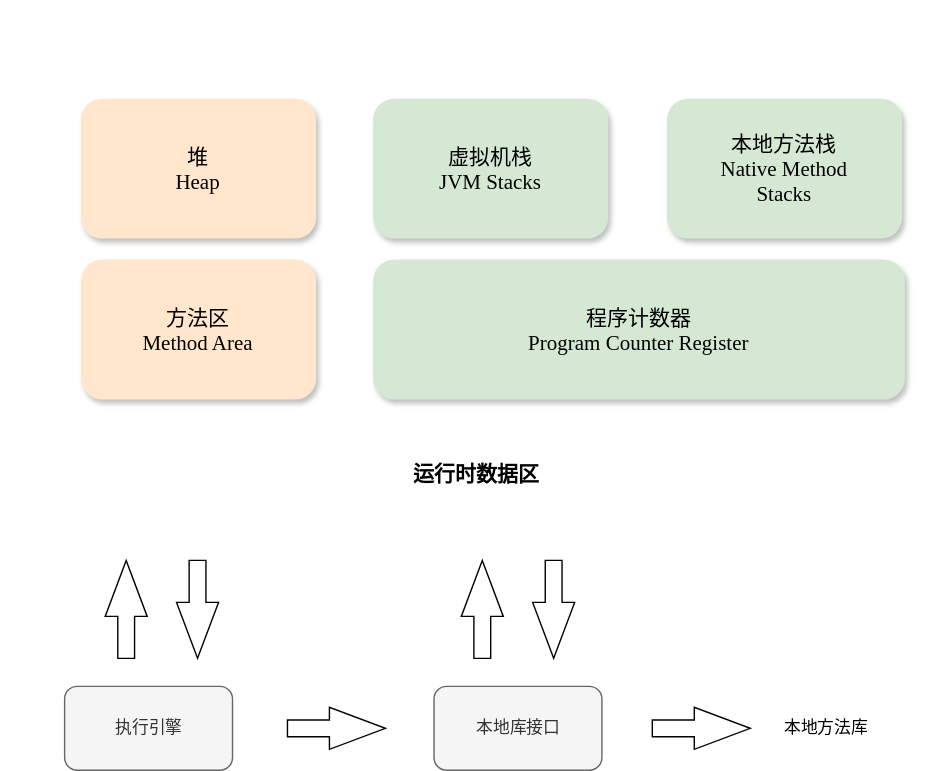
Earlier version of the draw.io export assets/drawio/运行时数据区.svg (zhanjixun/zhanjixun.github.io). Source tidied: cells renumbered, new cells last; positions are measured from the earlier drawing's top-left corner, leaving out a move shared by most shapes. The source it was exported from:
```xml
<mxGraphModel>
  <root>
    <mxCell id="0" />
    <mxCell id="1" parent="0" />
    <mxCell id="2" style="rounded=0;whiteSpace=wrap;html=1;strokeColor=none;" parent="1" vertex="1">
      <mxGeometry width="680" height="380" as="geometry" />
    </mxCell>
    <mxCell id="3" value="&lt;div&gt;&lt;span style=&quot;background-color: transparent; color: light-dark(rgb(0, 0, 0), rgb(255, 255, 255));&quot;&gt;方法区&lt;/span&gt;&lt;/div&gt;&lt;div&gt;Method Area&lt;/div&gt;" style="rounded=1;whiteSpace=wrap;html=1;fillColor=#ffe6cc;strokeColor=none;fontFamily=Lucida Console;fontSize=15;verticalAlign=middle;shadow=1;align=center;" parent="1" vertex="1">
      <mxGeometry x="57.2" y="185" width="168" height="100" as="geometry" />
    </mxCell>
    <mxCell id="4" value="堆&lt;div&gt;Heap&lt;/div&gt;" style="rounded=1;whiteSpace=wrap;html=1;fillColor=#ffe6cc;strokeColor=none;fontFamily=Lucida Console;fontSize=15;shadow=1;align=center;verticalAlign=middle;" parent="1" vertex="1">
      <mxGeometry x="57.2" y="70" width="168" height="100" as="geometry" />
    </mxCell>
    <mxCell id="5" value="虚拟机栈&lt;div&gt;JVM Stacks&lt;/div&gt;" style="rounded=1;whiteSpace=wrap;html=1;fillColor=#d5e8d4;strokeColor=none;fontFamily=Lucida Console;fontSize=15;shadow=1;align=center;verticalAlign=middle;" parent="1" vertex="1">
      <mxGeometry x="266" y="70" width="168" height="100" as="geometry" />
    </mxCell>
    <mxCell id="6" value="本地方法栈&lt;div&gt;Native Method&lt;/div&gt;&lt;div&gt;Stacks&lt;/div&gt;" style="rounded=1;whiteSpace=wrap;html=1;fillColor=#d5e8d4;strokeColor=none;fontFamily=Lucida Console;fontSize=15;shadow=1;align=center;verticalAlign=middle;" parent="1" vertex="1">
      <mxGeometry x="476" y="70" width="168" height="100" as="geometry" />
    </mxCell>
    <mxCell id="7" value="程序计数器&lt;div&gt;Program Counter Register&lt;/div&gt;" style="rounded=1;whiteSpace=wrap;html=1;fillColor=#d5e8d4;strokeColor=none;fontFamily=Lucida Console;fontSize=15;shadow=1;align=center;verticalAlign=middle;" parent="1" vertex="1">
      <mxGeometry x="266" y="185" width="380" height="100" as="geometry" />
    </mxCell>
    <mxCell id="8" value="运行时数据区" style="text;html=1;whiteSpace=wrap;strokeColor=none;fillColor=none;align=center;verticalAlign=middle;rounded=0;fontFamily=Lucida Console;fontSize=15;fontStyle=1;" parent="1" vertex="1">
      <mxGeometry x="45" y="310" width="590" height="55" as="geometry" />
    </mxCell>
    <mxCell id="9" value="执行引擎" style="rounded=1;whiteSpace=wrap;html=1;fillColor=#f5f5f5;fontColor=#333333;strokeColor=#666666;" parent="1" vertex="1">
      <mxGeometry x="45.5" y="490" width="120" height="60" as="geometry" />
    </mxCell>
    <mxCell id="10" value="本地库接口" style="rounded=1;whiteSpace=wrap;html=1;fillColor=#f5f5f5;fontColor=#333333;strokeColor=#666666;" parent="1" vertex="1">
      <mxGeometry x="309.5" y="490" width="120" height="60" as="geometry" />
    </mxCell>
    <mxCell id="11" value="本地方法库" style="text;html=1;whiteSpace=wrap;strokeColor=none;fillColor=none;align=center;verticalAlign=middle;rounded=0;" parent="1" vertex="1">
      <mxGeometry x="544.5" y="505" width="90" height="30" as="geometry" />
    </mxCell>
    <mxCell id="12" style="html=1;shadow=0;dashed=0;align=center;verticalAlign=middle;shape=mxgraph.arrows2.arrow;dy=0.6;dx=40;direction=north;notch=0;" parent="1" vertex="1">
      <mxGeometry x="74.5" y="400" width="30" height="70" as="geometry" />
    </mxCell>
    <mxCell id="13" style="html=1;shadow=0;dashed=0;align=center;verticalAlign=middle;shape=mxgraph.arrows2.arrow;dy=0.6;dx=40;direction=north;notch=0;rotation=-180;" parent="1" vertex="1">
      <mxGeometry x="125.5" y="400" width="30" height="70" as="geometry" />
    </mxCell>
    <mxCell id="14" style="html=1;shadow=0;dashed=0;align=center;verticalAlign=middle;shape=mxgraph.arrows2.arrow;dy=0.6;dx=40;direction=north;notch=0;rotation=90;" parent="1" vertex="1">
      <mxGeometry x="224.8" y="485" width="30" height="70" as="geometry" />
    </mxCell>
    <mxCell id="15" style="html=1;shadow=0;dashed=0;align=center;verticalAlign=middle;shape=mxgraph.arrows2.arrow;dy=0.6;dx=40;direction=north;notch=0;" parent="1" vertex="1">
      <mxGeometry x="329" y="400" width="30" height="70" as="geometry" />
    </mxCell>
    <mxCell id="16" style="html=1;shadow=0;dashed=0;align=center;verticalAlign=middle;shape=mxgraph.arrows2.arrow;dy=0.6;dx=40;direction=north;notch=0;rotation=-180;" parent="1" vertex="1">
      <mxGeometry x="380" y="400" width="30" height="70" as="geometry" />
    </mxCell>
    <mxCell id="17" style="html=1;shadow=0;dashed=0;align=center;verticalAlign=middle;shape=mxgraph.arrows2.arrow;dy=0.6;dx=40;direction=north;notch=0;rotation=90;" parent="1" vertex="1">
      <mxGeometry x="485.5" y="485" width="30" height="70" as="geometry" />
    </mxCell>
  </root>
</mxGraphModel>
```
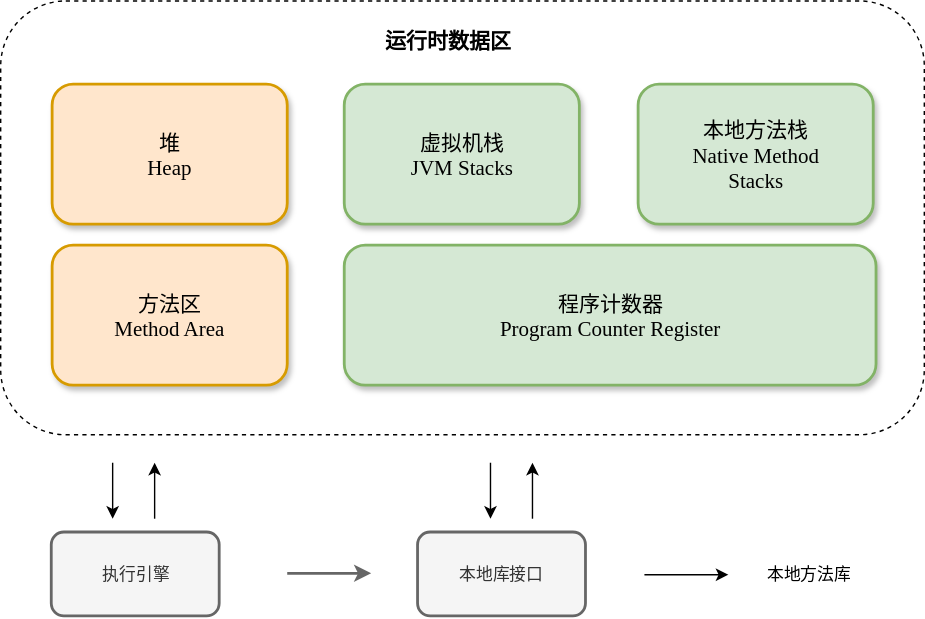
The same file after the commit.

What changed in the source:
```diff
@@ -2,53 +2,71 @@
   <root>
     <mxCell id="0" />
     <mxCell id="1" parent="0" />
-    <mxCell id="2" style="rounded=0;whiteSpace=wrap;html=1;strokeColor=none;" parent="1" vertex="1">
-      <mxGeometry width="680" height="380" as="geometry" />
-    </mxCell>
+    <mxCell id="18" style="rounded=1;whiteSpace=wrap;html=1;fillColor=none;dashed=1;" parent="1" vertex="1">
+      <mxGeometry x="20" y="10" width="660" height="310" as="geometry" />
+    </mxCell>
-    <mxCell id="3" value="&lt;div&gt;&lt;span style=&quot;background-color: transparent; color: light-dark(rgb(0, 0, 0), rgb(255, 255, 255));&quot;&gt;方法区&lt;/span&gt;&lt;/div&gt;&lt;div&gt;Method Area&lt;/div&gt;" style="rounded=1;whiteSpace=wrap;html=1;fillColor=#ffe6cc;strokeColor=none;fontFamily=Lucida Console;fontSize=15;verticalAlign=middle;shadow=1;align=center;" parent="1" vertex="1">
+    <mxCell id="3" value="&lt;div&gt;&lt;span style=&quot;background-color: transparent; color: light-dark(rgb(0, 0, 0), rgb(255, 255, 255));&quot;&gt;方法区&lt;/span&gt;&lt;/div&gt;&lt;div&gt;Method Area&lt;/div&gt;" style="rounded=1;whiteSpace=wrap;html=1;fillColor=#ffe6cc;strokeColor=#d79b00;fontFamily=Lucida Console;fontSize=15;verticalAlign=middle;shadow=1;align=center;strokeWidth=2;" parent="1" vertex="1">
       <mxGeometry x="57.2" y="185" width="168" height="100" as="geometry" />
     </mxCell>
-    <mxCell id="4" value="堆&lt;div&gt;Heap&lt;/div&gt;" style="rounded=1;whiteSpace=wrap;html=1;fillColor=#ffe6cc;strokeColor=none;fontFamily=Lucida Console;fontSize=15;shadow=1;align=center;verticalAlign=middle;" parent="1" vertex="1">
+    <mxCell id="4" value="堆&lt;div&gt;Heap&lt;/div&gt;" style="rounded=1;whiteSpace=wrap;html=1;fillColor=#ffe6cc;strokeColor=#d79b00;fontFamily=Lucida Console;fontSize=15;shadow=1;align=center;verticalAlign=middle;strokeWidth=2;" parent="1" vertex="1">
       <mxGeometry x="57.2" y="70" width="168" height="100" as="geometry" />
     </mxCell>
-    <mxCell id="5" value="虚拟机栈&lt;div&gt;JVM Stacks&lt;/div&gt;" style="rounded=1;whiteSpace=wrap;html=1;fillColor=#d5e8d4;strokeColor=none;fontFamily=Lucida Console;fontSize=15;shadow=1;align=center;verticalAlign=middle;" parent="1" vertex="1">
+    <mxCell id="5" value="虚拟机栈&lt;div&gt;JVM Stacks&lt;/div&gt;" style="rounded=1;whiteSpace=wrap;html=1;fillColor=#d5e8d4;strokeColor=#82b366;fontFamily=Lucida Console;fontSize=15;shadow=1;align=center;verticalAlign=middle;strokeWidth=2;" parent="1" vertex="1">
       <mxGeometry x="266" y="70" width="168" height="100" as="geometry" />
     </mxCell>
-    <mxCell id="6" value="本地方法栈&lt;div&gt;Native Method&lt;/div&gt;&lt;div&gt;Stacks&lt;/div&gt;" style="rounded=1;whiteSpace=wrap;html=1;fillColor=#d5e8d4;strokeColor=none;fontFamily=Lucida Console;fontSize=15;shadow=1;align=center;verticalAlign=middle;" parent="1" vertex="1">
+    <mxCell id="6" value="本地方法栈&lt;div&gt;Native Method&lt;/div&gt;&lt;div&gt;Stacks&lt;/div&gt;" style="rounded=1;whiteSpace=wrap;html=1;fillColor=#d5e8d4;strokeColor=#82b366;fontFamily=Lucida Console;fontSize=15;shadow=1;align=center;verticalAlign=middle;strokeWidth=2;" parent="1" vertex="1">
       <mxGeometry x="476" y="70" width="168" height="100" as="geometry" />
     </mxCell>
-    <mxCell id="7" value="程序计数器&lt;div&gt;Program Counter Register&lt;/div&gt;" style="rounded=1;whiteSpace=wrap;html=1;fillColor=#d5e8d4;strokeColor=none;fontFamily=Lucida Console;fontSize=15;shadow=1;align=center;verticalAlign=middle;" parent="1" vertex="1">
+    <mxCell id="7" value="程序计数器&lt;div&gt;Program Counter Register&lt;/div&gt;" style="rounded=1;whiteSpace=wrap;html=1;fillColor=#d5e8d4;strokeColor=#82b366;fontFamily=Lucida Console;fontSize=15;shadow=1;align=center;verticalAlign=middle;strokeWidth=2;" parent="1" vertex="1">
       <mxGeometry x="266" y="185" width="380" height="100" as="geometry" />
     </mxCell>
     <mxCell id="8" value="运行时数据区" style="text;html=1;whiteSpace=wrap;strokeColor=none;fillColor=none;align=center;verticalAlign=middle;rounded=0;fontFamily=Lucida Console;fontSize=15;fontStyle=1;" parent="1" vertex="1">
-      <mxGeometry x="45" y="310" width="590" height="55" as="geometry" />
+      <mxGeometry x="45" y="10" width="590" height="55" as="geometry" />
     </mxCell>
-    <mxCell id="9" value="执行引擎" style="rounded=1;whiteSpace=wrap;html=1;fillColor=#f5f5f5;fontColor=#333333;strokeColor=#666666;" parent="1" vertex="1">
-      <mxGeometry x="45.5" y="490" width="120" height="60" as="geometry" />
+    <mxCell id="9" value="执行引擎" style="rounded=1;whiteSpace=wrap;html=1;fillColor=#f5f5f5;fontColor=#333333;strokeColor=#666666;strokeWidth=2;" parent="1" vertex="1">
+      <mxGeometry x="56.6" y="390" width="120" height="60" as="geometry" />
     </mxCell>
-    <mxCell id="10" value="本地库接口" style="rounded=1;whiteSpace=wrap;html=1;fillColor=#f5f5f5;fontColor=#333333;strokeColor=#666666;" parent="1" vertex="1">
-      <mxGeometry x="309.5" y="490" width="120" height="60" as="geometry" />
+    <mxCell id="10" value="本地库接口" style="rounded=1;whiteSpace=wrap;html=1;fillColor=#f5f5f5;fontColor=#333333;strokeColor=#666666;strokeWidth=2;" parent="1" vertex="1">
+      <mxGeometry x="318.4" y="390" width="120" height="60" as="geometry" />
     </mxCell>
     <mxCell id="11" value="本地方法库" style="text;html=1;whiteSpace=wrap;strokeColor=none;fillColor=none;align=center;verticalAlign=middle;rounded=0;" parent="1" vertex="1">
-      <mxGeometry x="544.5" y="505" width="90" height="30" as="geometry" />
+      <mxGeometry x="553.4" y="405" width="90" height="30" as="geometry" />
     </mxCell>
-    <mxCell id="12" style="html=1;shadow=0;dashed=0;align=center;verticalAlign=middle;shape=mxgraph.arrows2.arrow;dy=0.6;dx=40;direction=north;notch=0;" parent="1" vertex="1">
-      <mxGeometry x="74.5" y="400" width="30" height="70" as="geometry" />
-    </mxCell>
-    <mxCell id="13" style="html=1;shadow=0;dashed=0;align=center;verticalAlign=middle;shape=mxgraph.arrows2.arrow;dy=0.6;dx=40;direction=north;notch=0;rotation=-180;" parent="1" vertex="1">
-      <mxGeometry x="125.5" y="400" width="30" height="70" as="geometry" />
-    </mxCell>
-    <mxCell id="14" style="html=1;shadow=0;dashed=0;align=center;verticalAlign=middle;shape=mxgraph.arrows2.arrow;dy=0.6;dx=40;direction=north;notch=0;rotation=90;" parent="1" vertex="1">
-      <mxGeometry x="224.8" y="485" width="30" height="70" as="geometry" />
-    </mxCell>
-    <mxCell id="15" style="html=1;shadow=0;dashed=0;align=center;verticalAlign=middle;shape=mxgraph.arrows2.arrow;dy=0.6;dx=40;direction=north;notch=0;" parent="1" vertex="1">
-      <mxGeometry x="329" y="400" width="30" height="70" as="geometry" />
-    </mxCell>
-    <mxCell id="16" style="html=1;shadow=0;dashed=0;align=center;verticalAlign=middle;shape=mxgraph.arrows2.arrow;dy=0.6;dx=40;direction=north;notch=0;rotation=-180;" parent="1" vertex="1">
-      <mxGeometry x="380" y="400" width="30" height="70" as="geometry" />
-    </mxCell>
-    <mxCell id="17" style="html=1;shadow=0;dashed=0;align=center;verticalAlign=middle;shape=mxgraph.arrows2.arrow;dy=0.6;dx=40;direction=north;notch=0;rotation=90;" parent="1" vertex="1">
-      <mxGeometry x="485.5" y="485" width="30" height="70" as="geometry" />
-    </mxCell>
+    <mxCell id="19" style="endArrow=classic;html=1;rounded=0;" parent="1" edge="1">
+      <mxGeometry relative="1" as="geometry">
+        <mxPoint x="130" y="380" as="sourcePoint" />
+        <mxPoint x="130" y="340" as="targetPoint" />
+      </mxGeometry>
+    </mxCell>
+    <mxCell id="20" style="endArrow=classic;html=1;rounded=0;" parent="1" edge="1">
+      <mxGeometry relative="1" as="geometry">
+        <mxPoint x="100" y="340" as="sourcePoint" />
+        <mxPoint x="100" y="380" as="targetPoint" />
+      </mxGeometry>
+    </mxCell>
+    <mxCell id="21" style="endArrow=classic;html=1;rounded=0;" parent="1" edge="1">
+      <mxGeometry relative="1" as="geometry">
+        <mxPoint x="400" y="380" as="sourcePoint" />
+        <mxPoint x="400" y="340" as="targetPoint" />
+      </mxGeometry>
+    </mxCell>
+    <mxCell id="22" style="endArrow=classic;html=1;rounded=0;" parent="1" edge="1">
+      <mxGeometry relative="1" as="geometry">
+        <mxPoint x="370" y="340" as="sourcePoint" />
+        <mxPoint x="370" y="380" as="targetPoint" />
+      </mxGeometry>
+    </mxCell>
+    <mxCell id="23" style="endArrow=classic;html=1;rounded=0;" parent="1" edge="1">
+      <mxGeometry relative="1" as="geometry">
+        <mxPoint x="480" y="420" as="sourcePoint" />
+        <mxPoint x="540" y="420" as="targetPoint" />
+      </mxGeometry>
+    </mxCell>
+    <mxCell id="24" style="endArrow=classic;html=1;rounded=0;fillColor=#f5f5f5;strokeColor=#666666;strokeWidth=2;" parent="1" edge="1">
+      <mxGeometry relative="1" as="geometry">
+        <mxPoint x="225.2" y="419.5" as="sourcePoint" />
+        <mxPoint x="285.2" y="419.5" as="targetPoint" />
+      </mxGeometry>
+    </mxCell>
   </root>
 </mxGraphModel>
```
